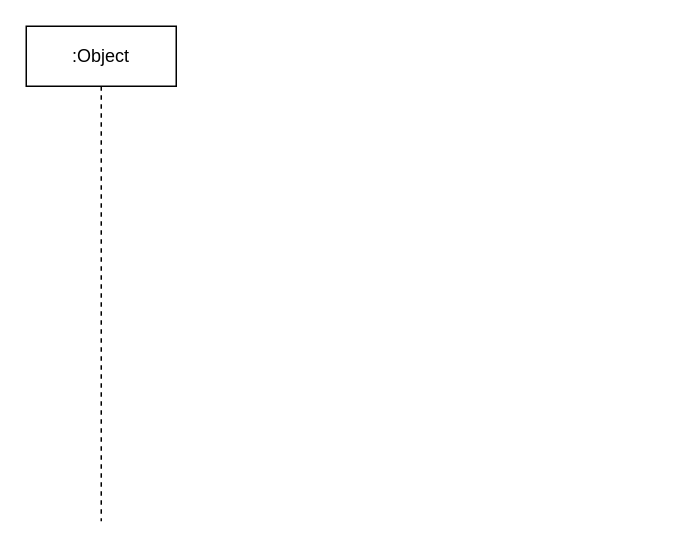
Above: LLSI/银联结汇提现流程.drawio in 0573xieguojia/To-program (draw.io), before the change. Source tidied: cells renumbered, new cells numbered last; positions are measured from the earlier drawing's top-left corner, leaving out a move shared by most shapes. Both pictures are drawn from the tidied source at 150%, with x=0, y=0 at pixel (26, 26).
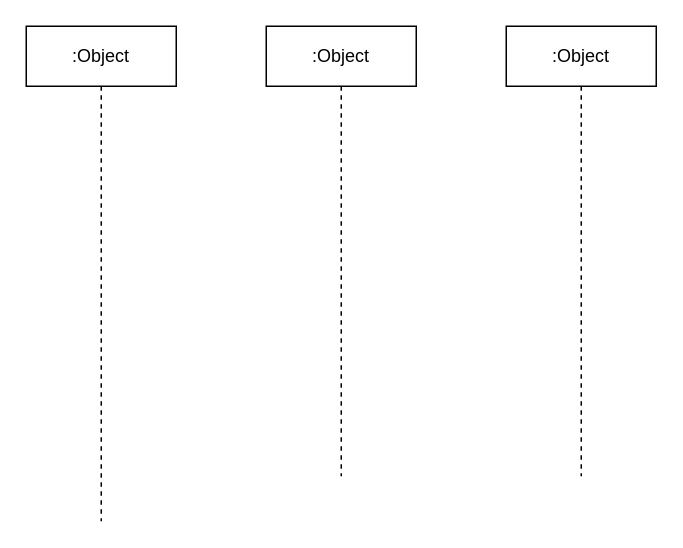
Above is the later version.

Commit message (it also covers changes not shown here):
更新银联结汇提现流程.drawio

What changed in the source:
```diff
@@
 <mxGraphModel>
   <root>
     <mxCell id="0" />
     <mxCell id="1" parent="0" />
     <mxCell id="2" value=":Object" style="shape=umlLifeline;perimeter=lifelinePerimeter;whiteSpace=wrap;html=1;newEdgeStyle={&quot;edgeStyle&quot;:&quot;elbowEdgeStyle&quot;,&quot;elbow&quot;:&quot;vertical&quot;,&quot;curved&quot;:0,&quot;rounded&quot;:0};" parent="1" vertex="1">
       <mxGeometry width="100" height="330" as="geometry" />
     </mxCell>
+    <mxCell id="3" value=":Object" style="shape=umlLifeline;perimeter=lifelinePerimeter;whiteSpace=wrap;html=1;newEdgeStyle={&quot;edgeStyle&quot;:&quot;elbowEdgeStyle&quot;,&quot;elbow&quot;:&quot;vertical&quot;,&quot;curved&quot;:0,&quot;rounded&quot;:0};" parent="1" vertex="1">
+      <mxGeometry x="160" width="100" height="300" as="geometry" />
+    </mxCell>
+    <mxCell id="4" value=":Object" style="shape=umlLifeline;perimeter=lifelinePerimeter;whiteSpace=wrap;html=1;newEdgeStyle={&quot;edgeStyle&quot;:&quot;elbowEdgeStyle&quot;,&quot;elbow&quot;:&quot;vertical&quot;,&quot;curved&quot;:0,&quot;rounded&quot;:0};" parent="1" vertex="1">
+      <mxGeometry x="320" width="100" height="300" as="geometry" />
+    </mxCell>
   </root>
 </mxGraphModel>
```
